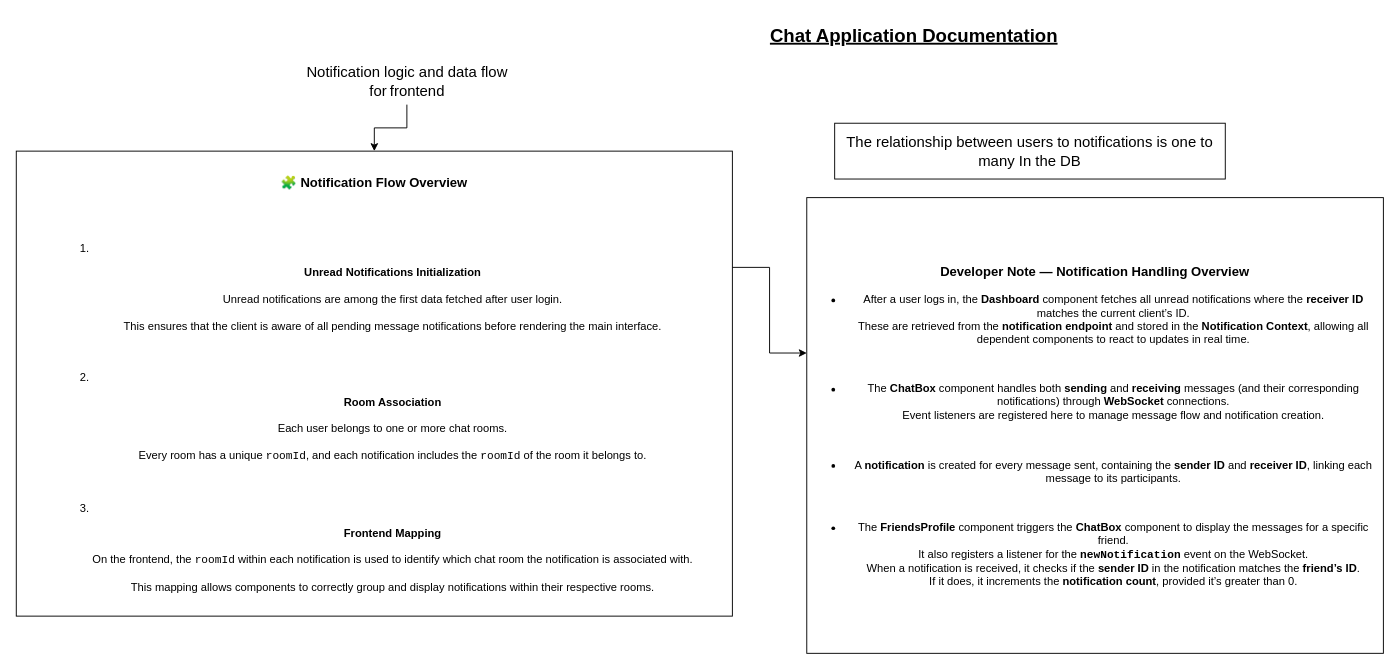
Before: Untitled Diagram.drawio in Tideman2/chat-up, a draw.io diagram. Source tidied: cells renumbered, new cells numbered last; positions are measured from the earlier drawing's top-left corner, leaving out a move shared by most shapes. Both pictures are drawn from the tidied source at 93%, with x=0, y=0 at pixel (16, 16).
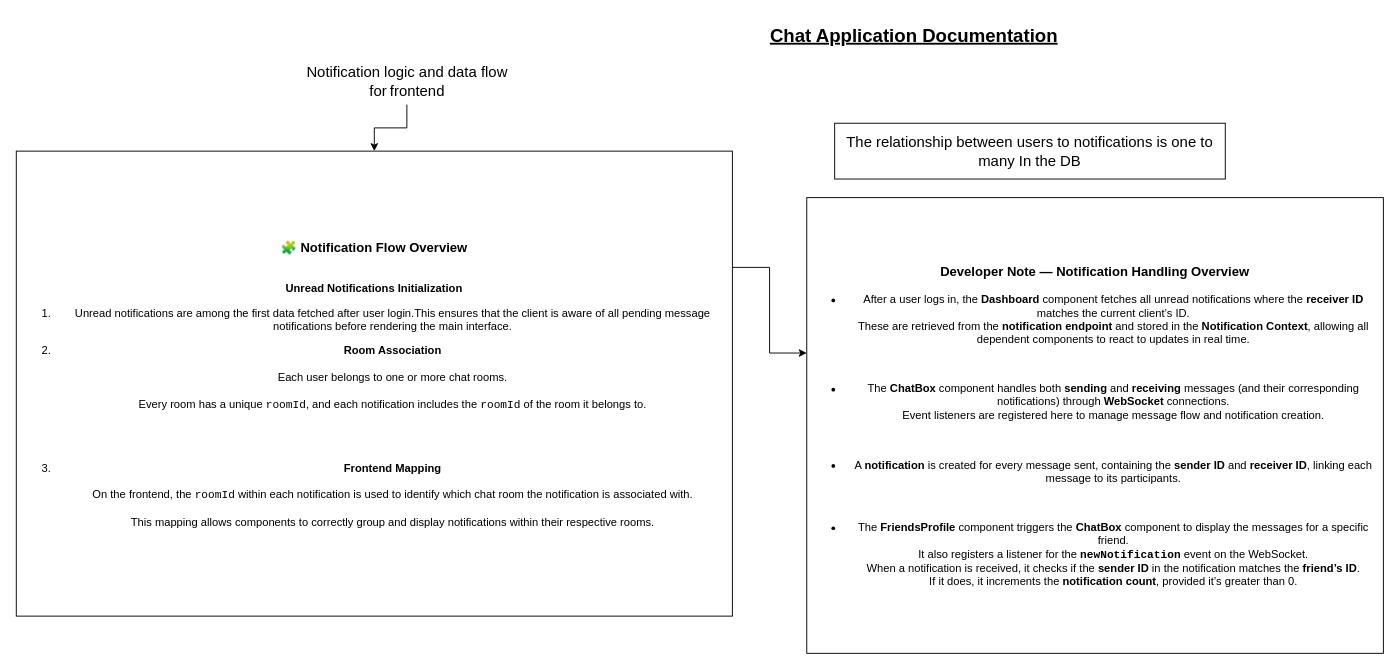
The same page after the edit.

Commit message (it also covers changes not shown here):
Introduced react-query to the code base and refactored login page to use react-query

What changed in the source:
```diff
@@
 <mxGraphModel>
   <root>
     <mxCell id="0" />
     <mxCell id="1" parent="0" />
     <mxCell id="2" value="&lt;b&gt;&lt;font style=&quot;font-size: 20px;&quot;&gt;&lt;u style=&quot;&quot;&gt;Chat Application Documentation&lt;/u&gt;&lt;/font&gt;&lt;/b&gt;" style="text;html=1;align=center;verticalAlign=middle;strokeColor=none;fillColor=none;" parent="1" vertex="1">
       <mxGeometry x="800" width="330" height="40" as="geometry" />
     </mxCell>
-    <mxCell id="3" value="&lt;div&gt;&lt;div&gt;&lt;h3&gt;🧩 Notification Flow Overview&lt;/h3&gt;&lt;br&gt;&lt;ol&gt;&lt;br&gt;&lt;li&gt;&lt;br&gt;&lt;p&gt;&lt;strong&gt;Unread Notifications Initialization&lt;/strong&gt;&lt;br&gt;&lt;br&gt;Unread notifications are among the first data fetched after user login.&lt;br&gt;&lt;br&gt;This ensures that the client is aware of all pending message notifications before rendering the main interface.&lt;/p&gt;&lt;br&gt;&lt;/li&gt;&lt;br&gt;&lt;li&gt;&lt;br&gt;&lt;p&gt;&lt;strong&gt;Room Association&lt;/strong&gt;&lt;br&gt;&lt;br&gt;Each user belongs to one or more chat rooms.&lt;br&gt;&lt;br&gt;Every room has a unique &lt;code&gt;roomId&lt;/code&gt;, and each notification includes the &lt;code&gt;roomId&lt;/code&gt; of the room it belongs to.&lt;/p&gt;&lt;br&gt;&lt;/li&gt;&lt;br&gt;&lt;li&gt;&lt;br&gt;&lt;p&gt;&lt;strong&gt;Frontend Mapping&lt;/strong&gt;&lt;br&gt;&lt;br&gt;On the frontend, the &lt;code&gt;roomId&lt;/code&gt; within each notification is used to identify which chat room the notification is associated with.&lt;br&gt;&lt;br&gt;This mapping allows components to correctly group and display notifications within their respective rooms.&lt;/p&gt;&lt;/li&gt;&lt;/ol&gt;&lt;/div&gt;&lt;/div&gt;" style="whiteSpace=wrap;html=1;" parent="1" vertex="1">
+    <mxCell id="3" value="&lt;h3&gt;🧩 Notification Flow Overview&lt;/h3&gt;&lt;div&gt;&lt;strong style=&quot;background-color: transparent; color: light-dark(rgb(0, 0, 0), rgb(255, 255, 255));&quot;&gt;&lt;br&gt;&lt;/strong&gt;&lt;/div&gt;&lt;div&gt;&lt;strong style=&quot;background-color: transparent; color: light-dark(rgb(0, 0, 0), rgb(255, 255, 255));&quot;&gt;Unread Notifications Initialization&lt;/strong&gt;&lt;/div&gt;&lt;ol&gt;&lt;li&gt;&lt;p&gt;&lt;span style=&quot;background-color: transparent; color: light-dark(rgb(0, 0, 0), rgb(255, 255, 255));&quot;&gt;Unread notifications are among the first data fetched after user login.&lt;/span&gt;&lt;span style=&quot;background-color: transparent; color: light-dark(rgb(0, 0, 0), rgb(255, 255, 255));&quot;&gt;This ensures that the client is aware of all pending message notifications before rendering the main interface.&lt;/span&gt;&lt;/p&gt;&lt;/li&gt;&lt;li&gt;&lt;p&gt;&lt;strong&gt;Room Association&lt;/strong&gt;&lt;br&gt;&lt;br&gt;Each user belongs to one or more chat rooms.&lt;br&gt;&lt;br&gt;Every room has a unique &lt;code&gt;roomId&lt;/code&gt;, and each notification includes the &lt;code&gt;roomId&lt;/code&gt; of the room it belongs to.&lt;/p&gt;&lt;br&gt;&lt;/li&gt;&lt;br&gt;&lt;li&gt;&lt;p&gt;&lt;strong&gt;Frontend Mapping&lt;/strong&gt;&lt;br&gt;&lt;br&gt;On the frontend, the &lt;code&gt;roomId&lt;/code&gt; within each notification is used to identify which chat room the notification is associated with.&lt;br&gt;&lt;br&gt;This mapping allows components to correctly group and display notifications within their respective rooms.&lt;br&gt;&lt;/p&gt;&lt;/li&gt;&lt;/ol&gt;" style="whiteSpace=wrap;html=1;" parent="1" vertex="1">
       <mxGeometry y="145" width="770" height="500" as="geometry" />
     </mxCell>
     <mxCell id="4" style="edgeStyle=orthogonalEdgeStyle;rounded=0;jettySize=auto;html=1;" parent="1" edge="1" source="5" target="3">
       <mxGeometry relative="1" as="geometry" />
     </mxCell>
     <mxCell id="5" value="&lt;font style=&quot;font-size: 16px; background-color: light-dark(#ffffff, var(--ge-dark-color, #121212));&quot;&gt;Notification logic and data flow&lt;/font&gt;&lt;div&gt;&lt;font style=&quot;font-size: 16px;&quot;&gt;for&lt;/font&gt; &lt;font style=&quot;font-size: 16px;&quot;&gt;frontend&lt;/font&gt;&lt;/div&gt;" style="text;html=1;align=center;verticalAlign=middle;points=[];strokeColor=none;fillColor=none;" parent="1" vertex="1">
       <mxGeometry x="300" y="45" width="240" height="50" as="geometry" />
     </mxCell>
     <mxCell id="6" value="&lt;span style=&quot;font-size: 16px;&quot;&gt;The relationship between users to notifications is one to many In the DB&lt;/span&gt;" style="rounded=0;whiteSpace=wrap;html=1;" parent="1" vertex="1">
       <mxGeometry x="880" y="115" width="420" height="60" as="geometry" />
     </mxCell>
     <mxCell id="7" value="&lt;h3&gt;Developer Note — Notification Handling Overview&lt;/h3&gt;&lt;ul&gt;&lt;li&gt;&lt;p&gt;After a user logs in, the &lt;strong&gt;Dashboard&lt;/strong&gt; component fetches all unread notifications where the &lt;strong&gt;receiver ID&lt;/strong&gt; matches the current client’s ID.&lt;br&gt;These are retrieved from the &lt;strong&gt;notification endpoint&lt;/strong&gt; and stored in the &lt;strong&gt;Notification Context&lt;/strong&gt;, allowing all dependent components to react to updates in real time.&lt;/p&gt;&lt;/li&gt;&lt;br&gt;&lt;li&gt;&lt;p&gt;The &lt;strong&gt;ChatBox&lt;/strong&gt; component handles both &lt;strong&gt;sending&lt;/strong&gt; and &lt;strong&gt;receiving&lt;/strong&gt; messages (and their corresponding notifications) through &lt;strong&gt;WebSocket&lt;/strong&gt; connections.&lt;br&gt;Event listeners are registered here to manage message flow and notification creation.&lt;/p&gt;&lt;/li&gt;&lt;br&gt;&lt;li&gt;&lt;p&gt;A &lt;strong&gt;notification&lt;/strong&gt; is created for every message sent, containing the &lt;strong&gt;sender ID&lt;/strong&gt; and &lt;strong&gt;receiver ID&lt;/strong&gt;, linking each message to its participants.&lt;/p&gt;&lt;/li&gt;&lt;/ul&gt;&lt;div&gt;&lt;br&gt;&lt;/div&gt;&lt;ul&gt;&lt;li&gt;&lt;p&gt;The &lt;strong&gt;FriendsProfile&lt;/strong&gt; component triggers the &lt;strong&gt;ChatBox&lt;/strong&gt; component to display the messages for a specific friend.&lt;br&gt;It also registers a listener for the &lt;strong&gt;&lt;code&gt;newNotification&lt;/code&gt;&lt;/strong&gt; event on the WebSocket.&lt;br&gt;When a notification is received, it checks if the &lt;strong&gt;sender ID&lt;/strong&gt; in the notification matches the &lt;strong&gt;friend’s ID&lt;/strong&gt;.&lt;br&gt;If it does, it increments the &lt;strong&gt;notification count&lt;/strong&gt;, provided it’s greater than 0.&lt;/p&gt;&lt;/li&gt;&lt;/ul&gt;" style="rounded=0;whiteSpace=wrap;html=1;" parent="1" vertex="1">
       <mxGeometry x="850" y="195" width="620" height="490" as="geometry" />
     </mxCell>
     <mxCell id="8" style="edgeStyle=orthogonalEdgeStyle;rounded=0;jettySize=auto;html=1;exitX=1;exitY=0.25;exitDx=0;exitDy=0;entryX=0;entryY=0.341;entryDx=0;entryDy=0;entryPerimeter=0;" parent="1" edge="1" source="3" target="7">
       <mxGeometry relative="1" as="geometry" />
     </mxCell>
   </root>
 </mxGraphModel>
```
